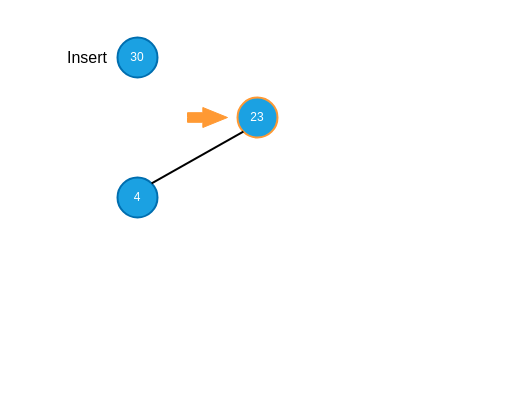
This is page "09" (9 of 43) of diagrams/bst_insert.drawio from burpeesDaily/forest-python, a draw.io file, before an edit. Source tidied: cells renumbered, new cells numbered last; positions are measured from the earlier drawing's top-left corner, leaving out a move shared by most shapes. Both pictures are drawn from the tidied source at 100%, with x=0, y=0 at pixel (17, 17).
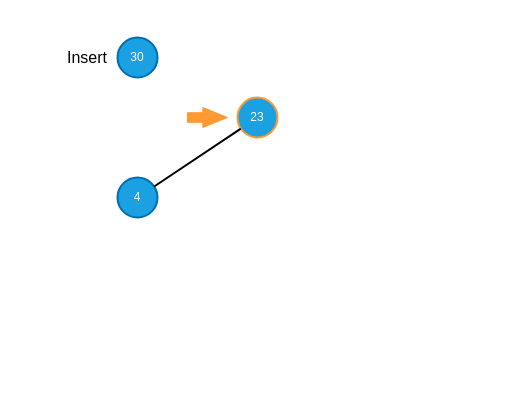
The same diagram, later.

The edit, as a diff of the source:
```diff
@@
 <mxGraphModel>
   <root>
     <mxCell id="0" />
     <mxCell id="1" parent="0" />
     <mxCell id="2" style="rounded=0;whiteSpace=wrap;html=1;fillColor=#FFFFFF;strokeColor=none;" parent="1" vertex="1">
       <mxGeometry width="480" height="360" as="geometry" />
     </mxCell>
     <mxCell id="3" value="30" style="ellipse;whiteSpace=wrap;html=1;strokeColor=#006EAF;strokeWidth=2;fillColor=#1ba1e2;fontColor=#ffffff;" parent="1" vertex="1">
       <mxGeometry x="100" y="20" width="40" height="40" as="geometry" />
     </mxCell>
     <mxCell id="4" value="&lt;font style=&quot;font-size: 16px&quot; color=&quot;#000000&quot;&gt;Insert&lt;/font&gt;" style="text;html=1;strokeColor=none;fillColor=none;align=center;verticalAlign=middle;whiteSpace=wrap;rounded=0;" parent="1" vertex="1">
       <mxGeometry x="50" y="30" width="40" height="20" as="geometry" />
     </mxCell>
     <mxCell id="5" value="23" style="ellipse;whiteSpace=wrap;html=1;strokeColor=#FF9933;strokeWidth=2;fillColor=#1ba1e2;fontColor=#ffffff;" parent="1" vertex="1">
       <mxGeometry x="220" y="80" width="40" height="40" as="geometry" />
     </mxCell>
     <mxCell id="6" value="4" style="ellipse;whiteSpace=wrap;html=1;strokeColor=#006EAF;strokeWidth=2;fillColor=#1ba1e2;fontColor=#ffffff;" parent="1" vertex="1">
       <mxGeometry x="100" y="160" width="40" height="40" as="geometry" />
     </mxCell>
-    <mxCell id="7" style="endArrow=none;html=1;strokeColor=#000000;strokeWidth=2;entryX=0;entryY=1;entryDx=0;entryDy=0;exitX=1;exitY=0;exitDx=0;exitDy=0;" parent="1" edge="1" source="6" target="5">
+    <mxCell id="7" style="endArrow=none;html=1;strokeColor=#000000;strokeWidth=2;" parent="1" edge="1" source="6" target="5">
       <mxGeometry relative="1" as="geometry" />
     </mxCell>
     <mxCell id="8" style="html=1;shadow=0;dashed=0;align=center;verticalAlign=middle;shape=mxgraph.arrows2.arrow;dy=0.52;dx=24.67;notch=0;strokeColor=#FF9933;fillColor=#FF9933;" parent="1" vertex="1">
       <mxGeometry x="170" y="90" width="40" height="20" as="geometry" />
     </mxCell>
   </root>
 </mxGraphModel>
```
